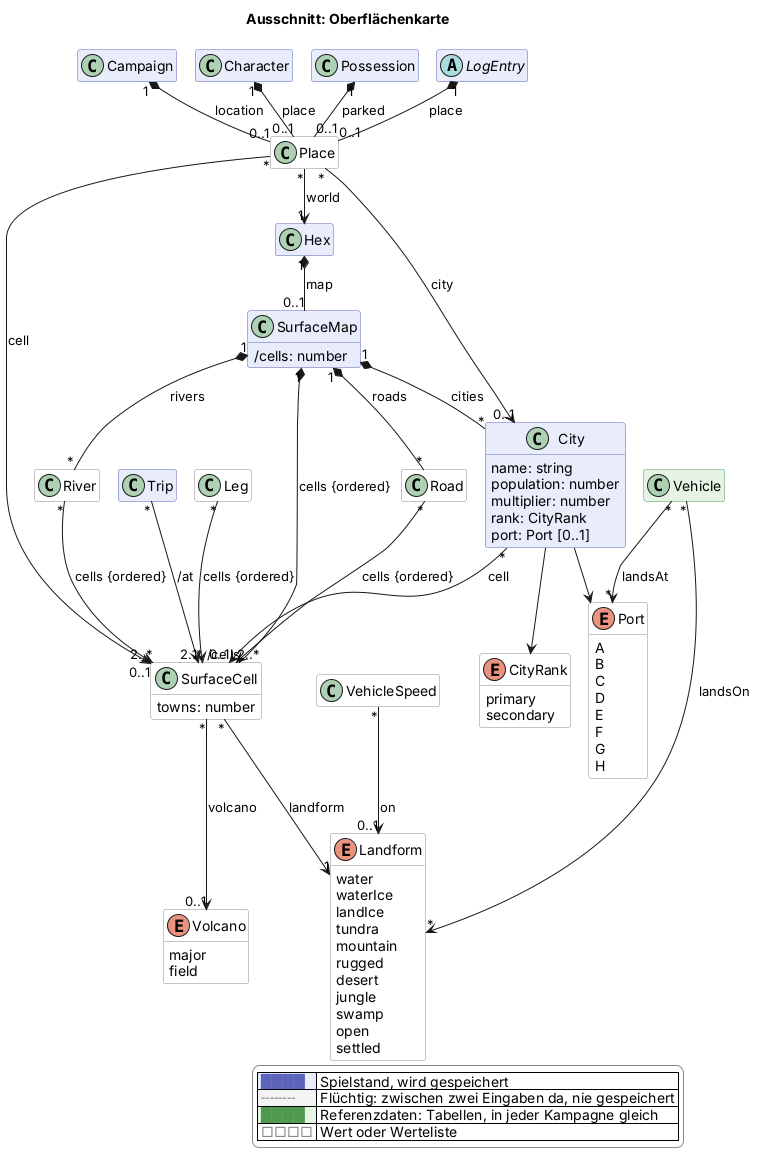
The PlantUML diagram docs/views/oberflaeche.png in scuzzar/SRE, before a commit.
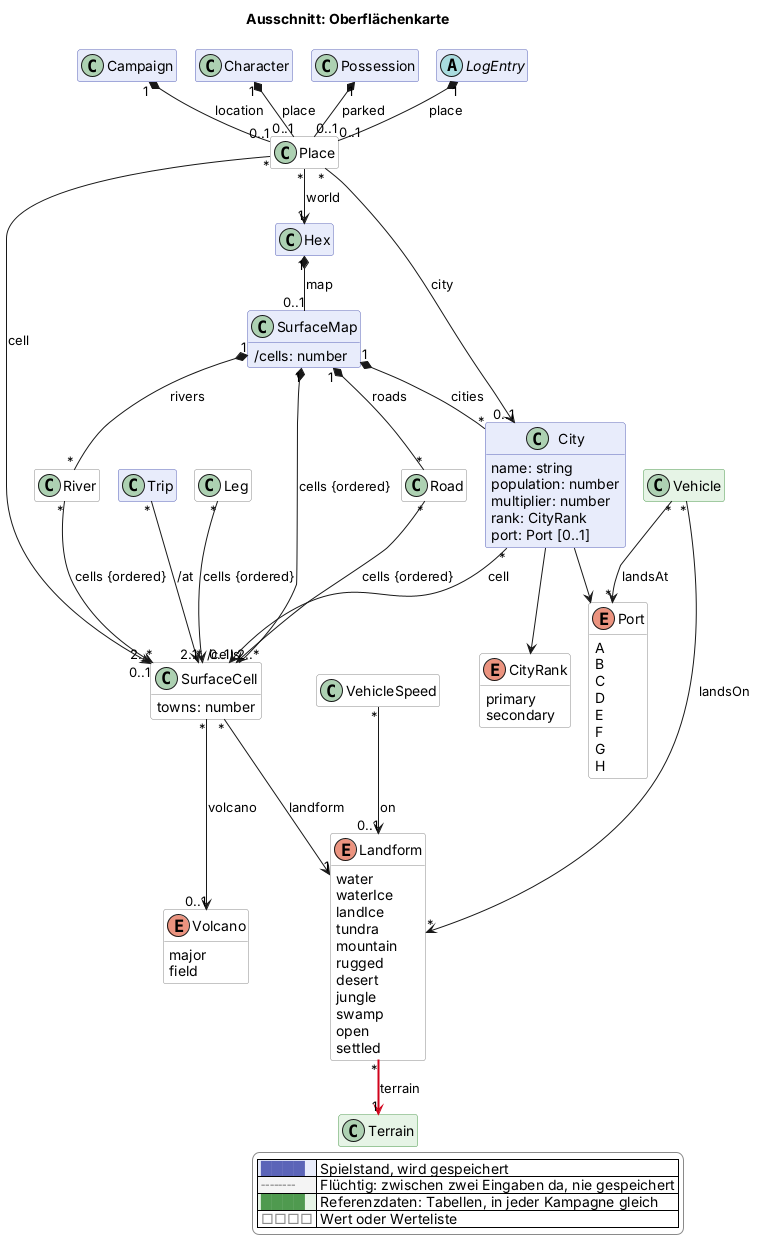
The same file after the commit.

Change to the diagram source:
```diff
@@ -76,6 +76,7 @@
   abstract class LogEntry $probe
 
 
+  class Terrain <<reference>> $begegnung
 
   class SurfaceMap $oberflaeche {
     /cells: number
@@ -166,6 +167,7 @@
 
 
 
+Landform "*" -$newArrow("2026-11-15b")-> "1" Terrain : terrain
 
 
 
```
